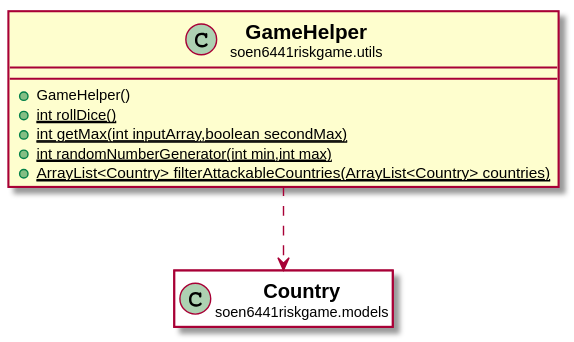
The PlantUML diagram docs/javadocs/soen6441riskgame/utils/GameHelper.svg in huntertran/soen6441-riskgame, before a commit.
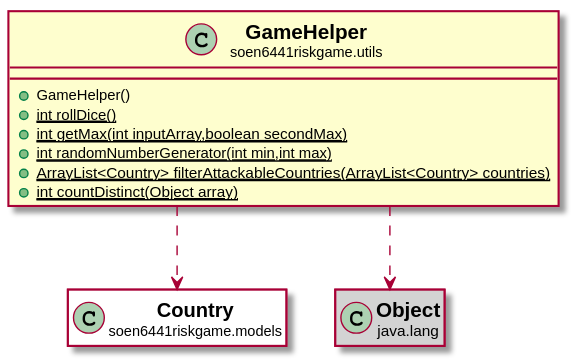
Later version of the same file.

What changed in the source:
```diff
@@ -9,6 +9,7 @@
 {static} +int getMax(int inputArray,boolean secondMax)
 {static} +int randomNumberGenerator(int min,int max)
 {static} +ArrayList<Country> filterAttackableCountries(ArrayList<Country> countries)
+{static} +int countDistinct(Object array)
 }
 
 
@@ -21,5 +22,13 @@
 
 soen6441riskgame.utils.GameHelper ..> soen6441riskgame.models.Country
 
+class "<b><size:14>Object</b>\n<size:10>java.lang" as java.lang.Object  #lightgrey {
+}
+
+hide java.lang.Object fields
+hide java.lang.Object methods
+
+soen6441riskgame.utils.GameHelper ..> java.lang.Object
+
 
 @enduml
```
